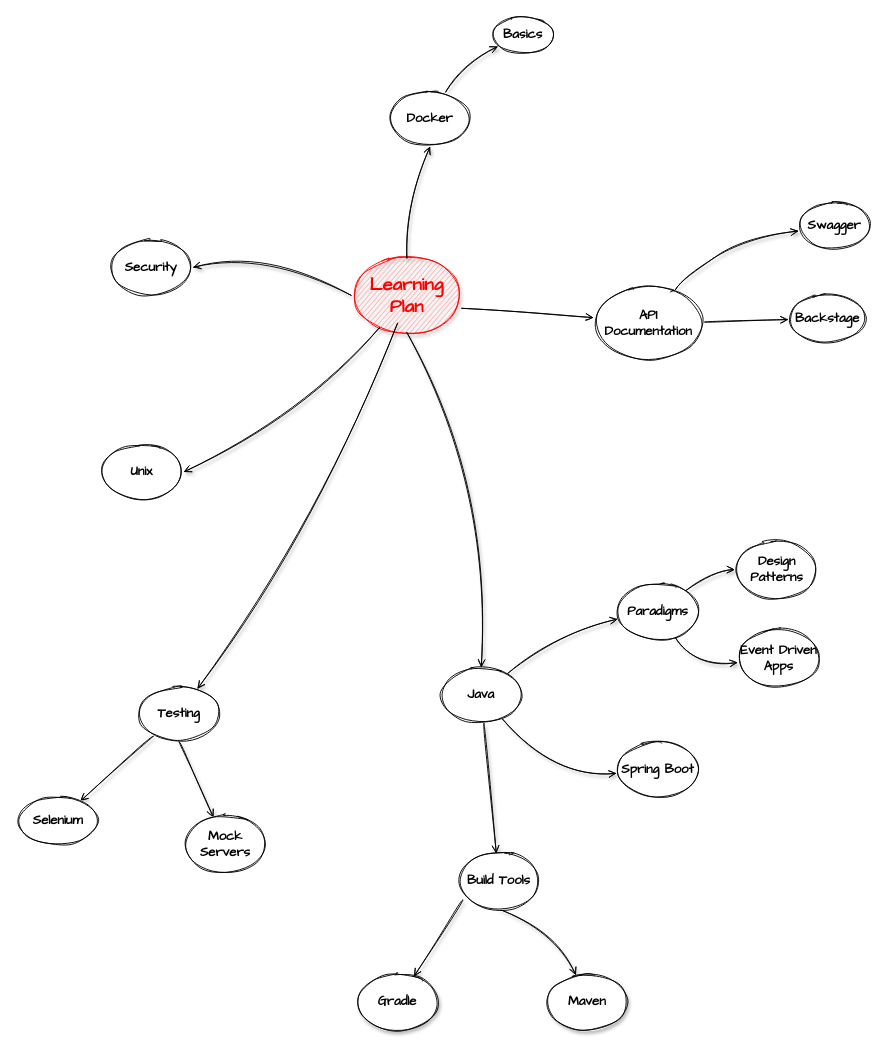
mp30028/notes keeps this draw.io diagram as diagramming/learning_plan.drawio. Above is the earlier version. Source tidied: cells renumbered, new cells numbered last; positions are measured from the earlier drawing's top-left corner, leaving out a move shared by most shapes. Both pictures are drawn from the tidied source at 93%, with x=0, y=0 at pixel (16, 16).
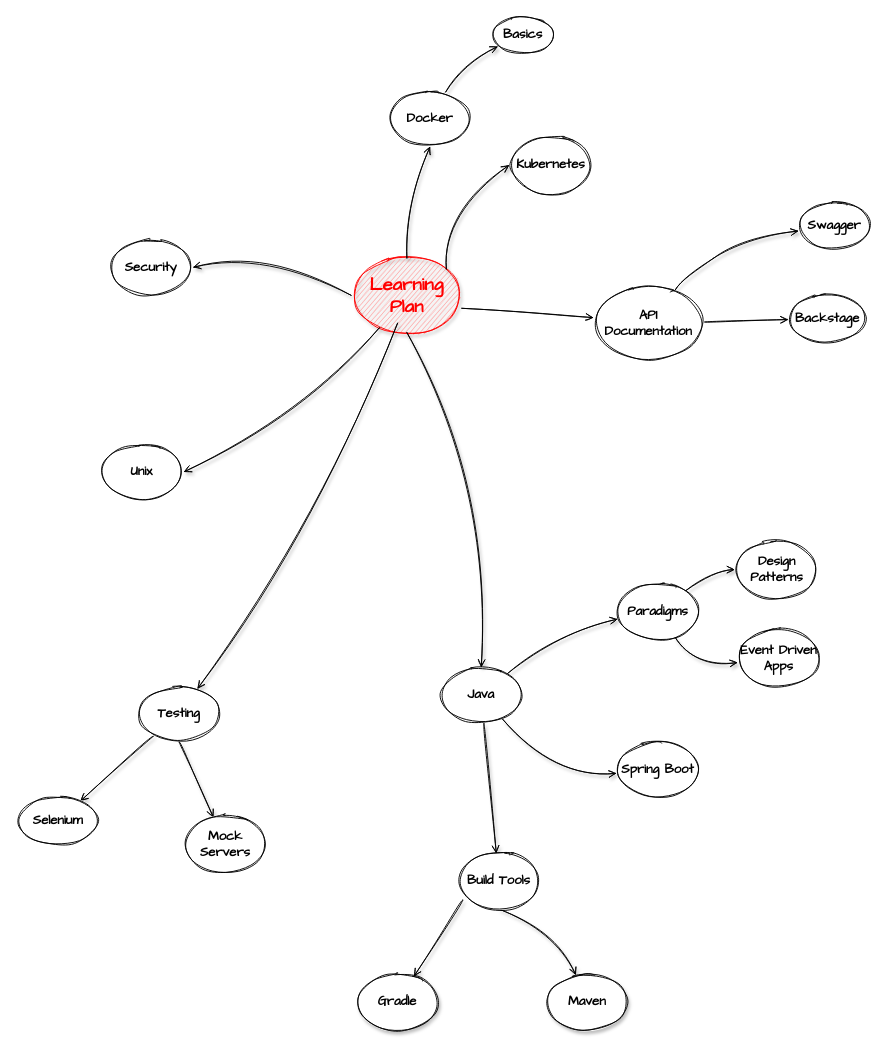
The same diagram, later.

Commit message:
learning plan update

Unchanged cells that the change refers to:
```xml
<mxCell id="2" value="Learning Plan" style="ellipse;whiteSpace=wrap;html=1;rounded=0;shadow=1;comic=0;labelBackgroundColor=none;strokeWidth=1;fontFamily=Comic Sans MS;fontSize=20;align=center;fontStyle=1;fontColor=#FF0000;strokeColor=#FF0000;sketch=1;fillColor=#FF9999;" parent="1" vertex="1">
  <mxGeometry x="360" y="260" width="120" height="80" as="geometry" />
</mxCell>
```

The edit, as a diff of the source:
```diff
@@
+    <mxCell id="39" value="Kubernetes" style="ellipse;whiteSpace=wrap;html=1;rounded=0;shadow=0;comic=0;labelBackgroundColor=none;strokeWidth=1;fontFamily=Comic Sans MS;fontSize=14;align=center;sketch=1;fontStyle=1;" parent="1" vertex="1">
+      <mxGeometry x="530" y="130" width="90" height="60" as="geometry" />
+    </mxCell>
+    <mxCell id="40" style="endArrow=open;html=1;fontSize=14;fontColor=#0000FF;exitX=1;exitY=0;exitDx=0;exitDy=0;sketch=1;entryX=0;entryY=0.5;entryDx=0;entryDy=0;curved=1;endFill=0;shadow=1;" parent="1" edge="1" source="2" target="39">
+      <mxGeometry relative="1" as="geometry">
+        <Array as="points">
+          <mxPoint x="460" y="210" />
+        </Array>
+      </mxGeometry>
+    </mxCell>
```
